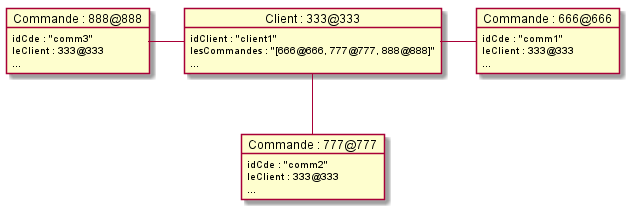
Before: POO/images/plantuml/td6.un.un.liens3.png, a diagram exported from PlantUML (IUT-Blagnac/POO).
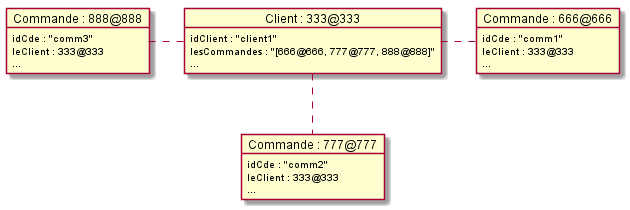
After the commit.

What changed in the source:
```diff
@@ -1,4 +1,5 @@
 @startuml
+
 
 object "Commande : 666@666" as co1  {
 	idCde : "comm1"
@@ -24,8 +25,8 @@
 	...
 }
 
-co3 - cl1
-cl1 - co1
-cl1 -- co2
+co3 . cl1
+cl1 . co1
+cl1 .. co2
 
 @enduml
```
